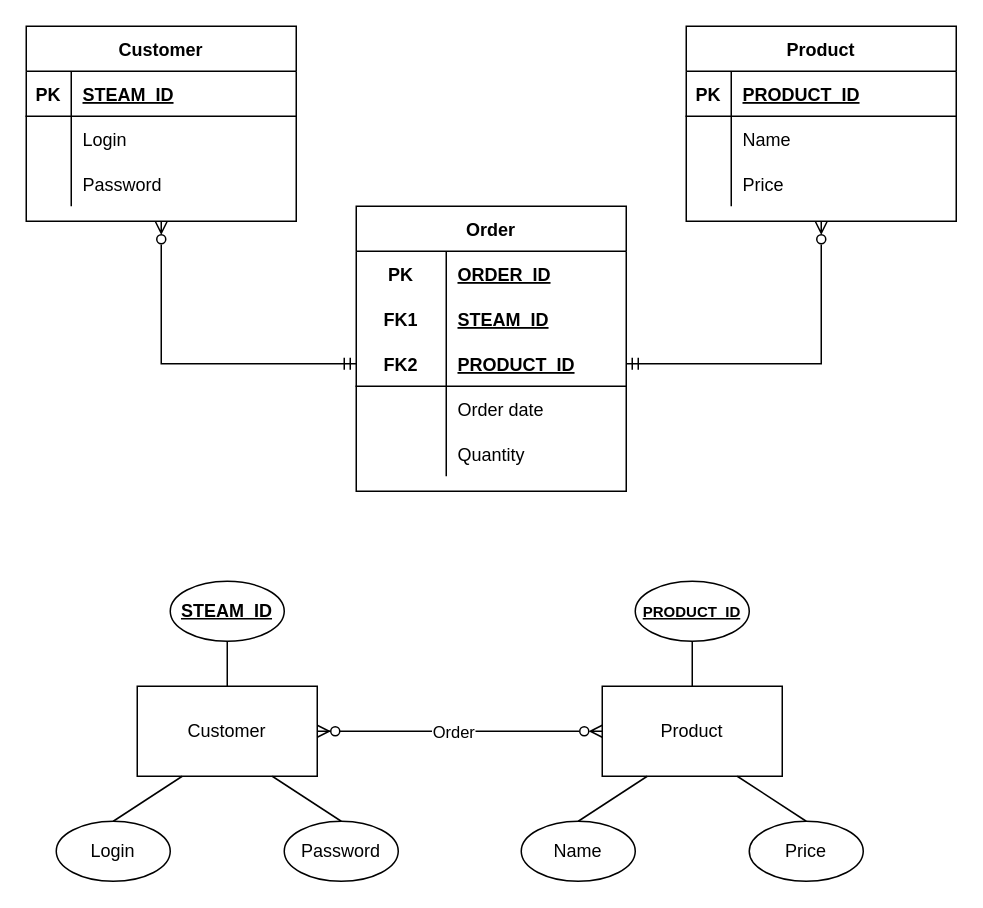
Earlier version of the draw.io diagram erd.drawio (holden71/db_lab2_danylenko). Source tidied: cells renumbered, new cells numbered last; positions are measured from the earlier drawing's top-left corner, leaving out a move shared by most shapes. Both pictures are drawn from the tidied source at 150%, with x=0, y=0 at pixel (26, 26).
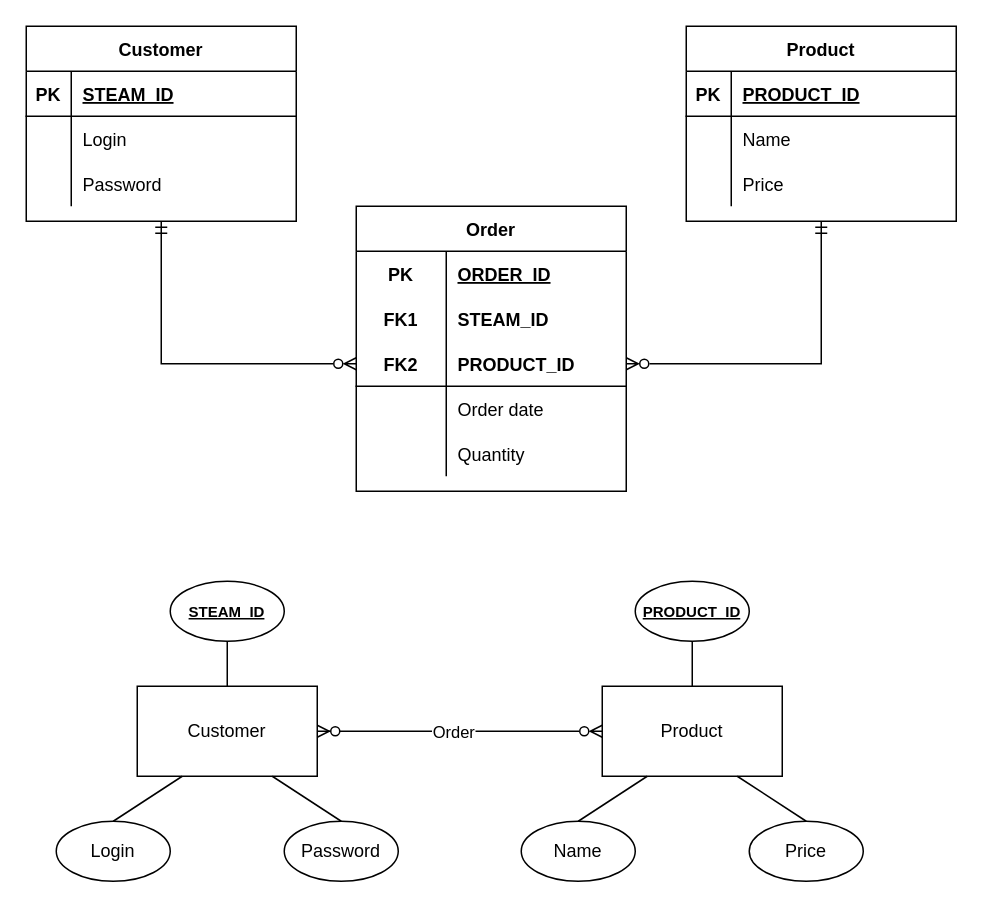
After the change.

The change refers to these unchanged cells:
```xml
<mxCell id="3" value="Product" style="shape=table;startSize=30;childLayout=tableLayout;rowLines=0;fontStyle=1;align=center;" parent="1" vertex="1">
  <mxGeometry x="440" width="180" height="130" as="geometry" />
</mxCell>
<mxCell id="14" value="Customer" style="shape=table;startSize=30;childLayout=tableLayout;rowLines=0;fontStyle=1;align=center;" parent="1" vertex="1">
  <mxGeometry width="180" height="130" as="geometry" />
</mxCell>
<mxCell id="28" style="shape=partialRectangle;fillColor=none;top=0;left=0;bottom=0;right=0;comic=0;" parent="24" vertex="1">
  <mxGeometry y="60" width="180" height="30" as="geometry" />
</mxCell>
<mxCell id="31" style="shape=partialRectangle;fillColor=none;top=0;left=0;bottom=1;right=0;points=[[0,0.5],[1,0.5]];portConstraint=eastwest;comic=0;" parent="24" vertex="1">
  <mxGeometry y="90" width="180" height="30" as="geometry" />
</mxCell>
```

Diff of the diagram source:
```diff
@@
-    <mxCell id="2" style="edgeStyle=orthogonalEdgeStyle;rounded=0;jettySize=auto;html=1;startArrow=ERzeroToMany;startFill=0;endArrow=ERmandOne;endFill=0;entryX=1;entryY=0.5;entryDx=0;entryDy=0;" parent="1" edge="1" source="3" target="31">
+    <mxCell id="2" style="edgeStyle=orthogonalEdgeStyle;rounded=0;jettySize=auto;html=1;startArrow=ERmandOne;startFill=0;endArrow=ERzeroToMany;endFill=0;entryX=1;entryY=0.5;entryDx=0;entryDy=0;" parent="1" edge="1" source="3" target="31">
       <mxGeometry relative="1" as="geometry" />
     </mxCell>
@@
-    <mxCell id="13" style="edgeStyle=orthogonalEdgeStyle;rounded=0;jettySize=auto;html=1;entryX=0;entryY=0.5;entryDx=0;entryDy=0;endArrow=ERmandOne;endFill=0;startArrow=ERzeroToMany;startFill=0;" parent="1" edge="1" source="14" target="31">
+    <mxCell id="13" style="edgeStyle=orthogonalEdgeStyle;rounded=0;jettySize=auto;html=1;entryX=0;entryY=0.5;entryDx=0;entryDy=0;endArrow=ERzeroToMany;endFill=0;startArrow=ERmandOne;startFill=0;" parent="1" edge="1" source="14" target="31">
       <mxGeometry relative="1" as="geometry" />
     </mxCell>
@@
-    <mxCell id="30" value="STEAM_ID" style="shape=partialRectangle;fillColor=none;top=0;left=0;bottom=0;right=0;align=left;spacingLeft=6;fontStyle=5;overflow=hidden;comic=0;" parent="28" vertex="1">
+    <mxCell id="30" value="STEAM_ID" style="shape=partialRectangle;fillColor=none;top=0;left=0;bottom=0;right=0;align=left;spacingLeft=6;fontStyle=1;overflow=hidden;comic=0;" parent="28" vertex="1">
       <mxGeometry x="60" width="120" height="30" as="geometry" />
     </mxCell>
@@
-    <mxCell id="33" value="PRODUCT_ID" style="shape=partialRectangle;fillColor=none;top=0;left=0;bottom=0;right=0;align=left;spacingLeft=6;fontStyle=5;overflow=hidden;comic=0;" parent="31" vertex="1">
+    <mxCell id="33" value="PRODUCT_ID" style="shape=partialRectangle;fillColor=none;top=0;left=0;bottom=0;right=0;align=left;spacingLeft=6;fontStyle=1;overflow=hidden;comic=0;" parent="31" vertex="1">
       <mxGeometry x="60" width="120" height="30" as="geometry" />
     </mxCell>
@@
-    <mxCell id="45" value="&lt;b style=&quot;font-size: 10px;&quot;&gt;&lt;u style=&quot;font-size: 10px;&quot;&gt;PRODUCT_ID&lt;/u&gt;&lt;/b&gt;" style="ellipse;whiteSpace=wrap;html=1;fontSize=10;" parent="1" vertex="1">
+    <mxCell id="45" value="&lt;span style=&quot;font-size: 10px&quot;&gt;&lt;u style=&quot;font-size: 10px&quot;&gt;PRODUCT_ID&lt;/u&gt;&lt;/span&gt;" style="ellipse;whiteSpace=wrap;html=1;fontSize=10;fontStyle=1;" parent="1" vertex="1">
       <mxGeometry x="406" y="370" width="76" height="40" as="geometry" />
     </mxCell>
@@
-    <mxCell id="49" value="&lt;b&gt;&lt;u&gt;STEAM_ID&lt;/u&gt;&lt;/b&gt;" style="ellipse;whiteSpace=wrap;html=1;" parent="1" vertex="1">
+    <mxCell id="49" value="&lt;b style=&quot;font-size: 10px;&quot;&gt;&lt;u style=&quot;font-size: 10px;&quot;&gt;STEAM_ID&lt;/u&gt;&lt;/b&gt;" style="ellipse;whiteSpace=wrap;html=1;fontSize=10;" parent="1" vertex="1">
       <mxGeometry x="96" y="370" width="76" height="40" as="geometry" />
     </mxCell>
```
